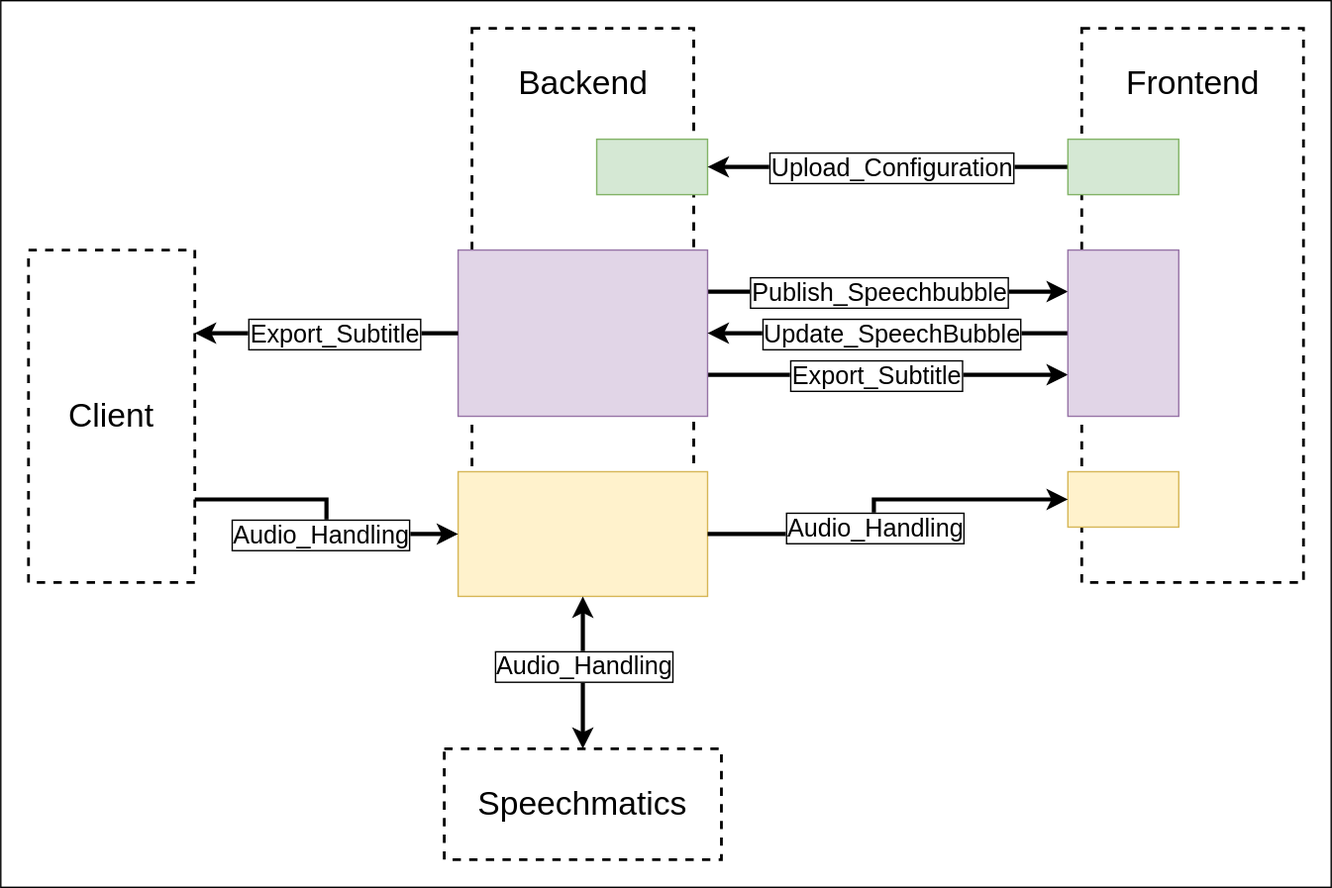
Above: TechnicalDocumentation/arc42/img/Process_Overview.drawio.svg in Subletic/Documentation (draw.io), before the change. Source tidied: cells renumbered, new cells last; positions are measured from the earlier drawing's top-left corner, leaving out a move shared by most shapes.
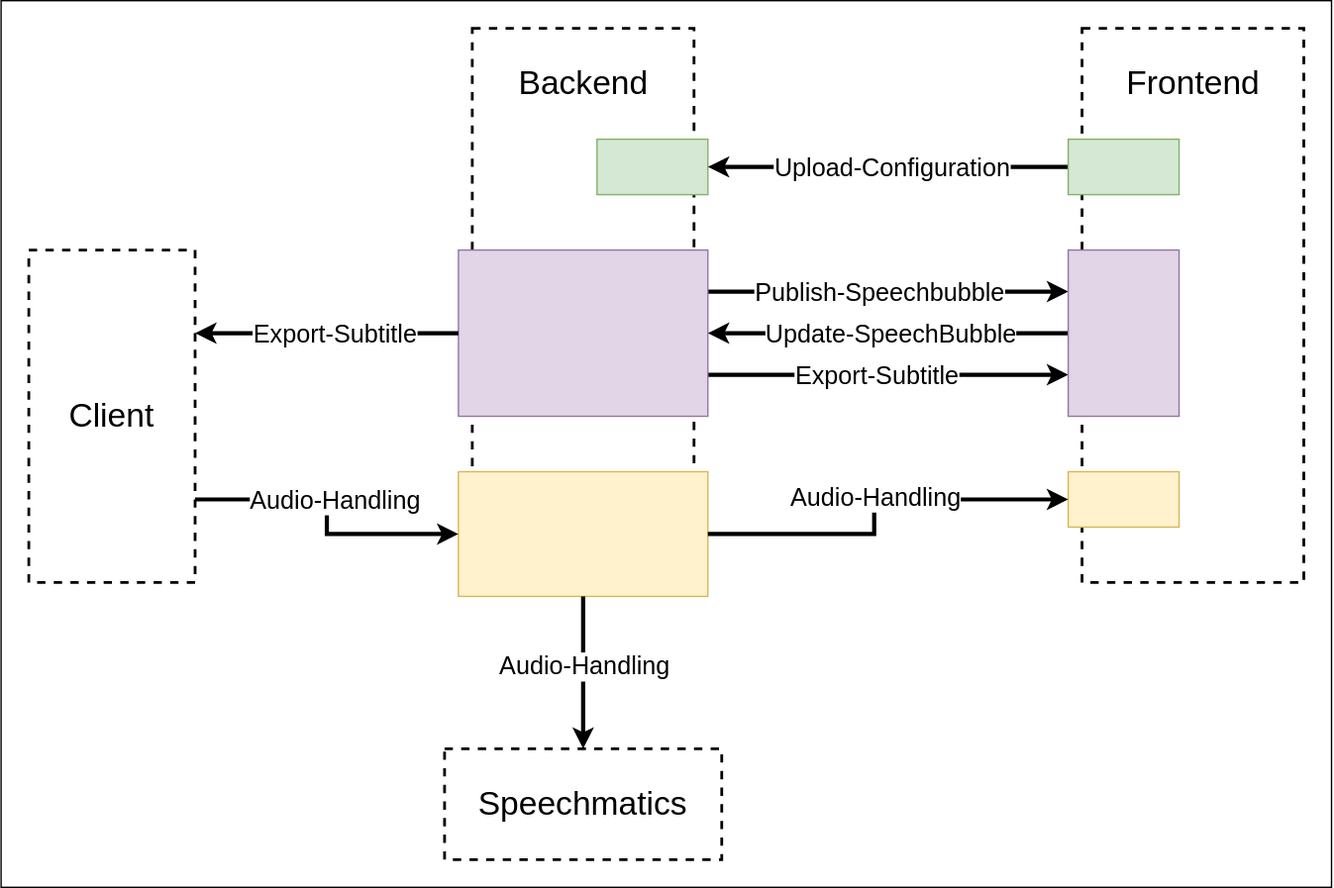
Later version of the same file.

What changed in the source:
```diff
@@ -14,7 +14,7 @@
     <mxCell id="5" style="edgeStyle=orthogonalEdgeStyle;rounded=0;jettySize=auto;html=1;exitX=1;exitY=0.25;exitDx=0;exitDy=0;entryX=0;entryY=0.25;entryDx=0;entryDy=0;strokeWidth=3;" parent="1" edge="1" source="9" target="12">
       <mxGeometry relative="1" as="geometry" />
     </mxCell>
-    <mxCell id="6" value="Publish_Speechbubble" style="edgeLabel;html=1;align=center;verticalAlign=middle;spacingLeft=0;spacing=3;fontSize=18;labelBorderColor=default;" parent="5" vertex="1">
+    <mxCell id="6" value="Publish-Speechbubble" style="edgeLabel;html=1;align=center;verticalAlign=middle;spacingLeft=0;spacing=3;fontSize=18;labelBorderColor=none;" parent="5" vertex="1">
       <mxGeometry x="0.13" relative="1" as="geometry">
         <mxPoint x="-24" as="offset" />
       </mxGeometry>
@@ -22,7 +22,7 @@
     <mxCell id="7" style="edgeStyle=orthogonalEdgeStyle;rounded=0;jettySize=auto;html=1;exitX=1;exitY=0.75;exitDx=0;exitDy=0;entryX=0;entryY=0.75;entryDx=0;entryDy=0;strokeWidth=3;" parent="1" edge="1" source="9" target="12">
       <mxGeometry relative="1" as="geometry" />
     </mxCell>
-    <mxCell id="8" value="Export_Subtitle" style="edgeLabel;html=1;align=center;verticalAlign=middle;spacingLeft=0;spacing=3;fontSize=18;labelBorderColor=default;" parent="7" vertex="1">
+    <mxCell id="8" value="Export-Subtitle" style="edgeLabel;html=1;align=center;verticalAlign=middle;spacingLeft=0;spacing=3;fontSize=18;labelBorderColor=none;" parent="7" vertex="1">
       <mxGeometry x="0.18" relative="1" as="geometry">
         <mxPoint x="-32" as="offset" />
       </mxGeometry>
@@ -33,7 +33,7 @@
     <mxCell id="10" style="edgeStyle=orthogonalEdgeStyle;rounded=0;jettySize=auto;html=1;exitX=0;exitY=0.5;exitDx=0;exitDy=0;entryX=1;entryY=0.5;entryDx=0;entryDy=0;fontSize=12;strokeWidth=3;" parent="1" edge="1" source="12" target="9">
       <mxGeometry relative="1" as="geometry" />
     </mxCell>
-    <mxCell id="11" value="Update_SpeechBubble" style="edgeLabel;html=1;align=center;verticalAlign=middle;spacingLeft=0;spacing=3;fontSize=18;labelBorderColor=default;" parent="10" vertex="1">
+    <mxCell id="11" value="Update-SpeechBubble" style="edgeLabel;html=1;align=center;verticalAlign=middle;spacingLeft=0;spacing=3;fontSize=18;labelBorderColor=none;" parent="10" vertex="1">
       <mxGeometry x="0.04" relative="1" as="geometry">
         <mxPoint x="7" as="offset" />
       </mxGeometry>
@@ -53,7 +53,7 @@
     <mxCell id="16" style="edgeStyle=orthogonalEdgeStyle;rounded=0;jettySize=auto;html=1;exitX=0;exitY=0.5;exitDx=0;exitDy=0;entryX=1;entryY=0.5;entryDx=0;entryDy=0;strokeWidth=3;" parent="1" edge="1" source="18" target="14">
       <mxGeometry relative="1" as="geometry" />
     </mxCell>
-    <mxCell id="17" value="Upload_Configuration" style="edgeLabel;html=1;align=center;verticalAlign=middle;labelBorderColor=default;fontSize=18;" parent="16" vertex="1">
+    <mxCell id="17" value="Upload-Configuration" style="edgeLabel;html=1;align=center;verticalAlign=middle;labelBorderColor=none;fontSize=18;" parent="16" vertex="1">
       <mxGeometry x="0.07" y="1" relative="1" as="geometry">
         <mxPoint x="11" y="-1" as="offset" />
       </mxGeometry>
@@ -70,10 +70,10 @@
     <mxCell id="21" value="Speechmatics" style="rounded=0;whiteSpace=wrap;html=1;fillColor=none;dashed=1;strokeWidth=2;fontSize=24;" parent="1" vertex="1">
       <mxGeometry x="320" y="540" width="200" height="80" as="geometry" />
     </mxCell>
-    <mxCell id="22" style="edgeStyle=orthogonalEdgeStyle;rounded=0;jettySize=auto;html=1;entryX=0.5;entryY=0;entryDx=0;entryDy=0;strokeWidth=3;startArrow=classic;startFill=1;" parent="1" edge="1" source="13" target="21">
+    <mxCell id="22" style="edgeStyle=orthogonalEdgeStyle;rounded=0;jettySize=auto;html=1;entryX=0.5;entryY=0;entryDx=0;entryDy=0;strokeWidth=3;startArrow=none;startFill=0;" parent="1" edge="1" source="13" target="21">
       <mxGeometry relative="1" as="geometry" />
     </mxCell>
-    <mxCell id="23" value="Audio_Handling" style="edgeLabel;html=1;align=center;verticalAlign=middle;fontSize=18;fontStyle=0;labelBorderColor=default;" parent="22" vertex="1">
+    <mxCell id="23" value="Audio-Handling" style="edgeLabel;html=1;align=center;verticalAlign=middle;fontSize=18;fontStyle=0;labelBorderColor=none;" parent="22" vertex="1">
       <mxGeometry x="0.41" relative="1" as="geometry">
         <mxPoint y="-27" as="offset" />
       </mxGeometry>
@@ -86,9 +86,9 @@
         </Array>
       </mxGeometry>
     </mxCell>
-    <mxCell id="25" value="Audio_Handling" style="edgeLabel;html=1;align=center;verticalAlign=middle;fontSize=18;labelBorderColor=default;" parent="24" vertex="1">
+    <mxCell id="25" value="Audio-Handling" style="edgeLabel;html=1;align=center;verticalAlign=middle;fontSize=18;labelBorderColor=none;" parent="24" vertex="1">
       <mxGeometry x="0.01" y="1" relative="1" as="geometry">
-        <mxPoint x="1" y="19" as="offset" />
+        <mxPoint x="1" y="-1" as="offset" />
       </mxGeometry>
     </mxCell>
     <mxCell id="26" value="&lt;font style=&quot;font-size: 24px;&quot;&gt;Client&lt;/font&gt;" style="rounded=0;whiteSpace=wrap;html=1;fillColor=none;dashed=1;strokeWidth=2;fontSize=18;" parent="1" vertex="1">
@@ -97,7 +97,7 @@
     <mxCell id="27" style="edgeStyle=orthogonalEdgeStyle;rounded=0;jettySize=auto;html=1;entryX=1;entryY=0.25;entryDx=0;entryDy=0;strokeWidth=3;exitX=0;exitY=0.5;exitDx=0;exitDy=0;" parent="1" edge="1" source="9" target="26">
       <mxGeometry relative="1" as="geometry" />
     </mxCell>
-    <mxCell id="28" value="Export_Subtitle" style="edgeLabel;html=1;align=center;verticalAlign=middle;spacingLeft=0;spacing=3;fontSize=18;labelBorderColor=default;rotation=0;" parent="27" vertex="1">
+    <mxCell id="28" value="Export-Subtitle" style="edgeLabel;html=1;align=center;verticalAlign=middle;spacingLeft=0;spacing=3;fontSize=18;labelBorderColor=none;rotation=0;" parent="27" vertex="1">
       <mxGeometry x="0.18" relative="1" as="geometry">
         <mxPoint x="22" as="offset" />
       </mxGeometry>
@@ -105,9 +105,9 @@
     <mxCell id="29" style="edgeStyle=orthogonalEdgeStyle;rounded=0;jettySize=auto;html=1;entryX=1;entryY=0.75;entryDx=0;entryDy=0;strokeWidth=3;startArrow=classic;startFill=1;exitX=0;exitY=0.5;exitDx=0;exitDy=0;endArrow=none;endFill=0;" parent="1" edge="1" source="13" target="26">
       <mxGeometry relative="1" as="geometry" />
     </mxCell>
-    <mxCell id="30" value="Audio_Handling" style="edgeLabel;html=1;align=center;verticalAlign=middle;fontSize=18;fontStyle=0;labelBorderColor=default;" parent="29" vertex="1">
+    <mxCell id="30" value="Audio-Handling" style="edgeLabel;html=1;align=center;verticalAlign=middle;fontSize=18;fontStyle=0;labelBorderColor=none;" parent="29" vertex="1">
       <mxGeometry x="0.41" relative="1" as="geometry">
-        <mxPoint x="26" y="25" as="offset" />
+        <mxPoint x="36" as="offset" />
       </mxGeometry>
     </mxCell>
   </root>
```
